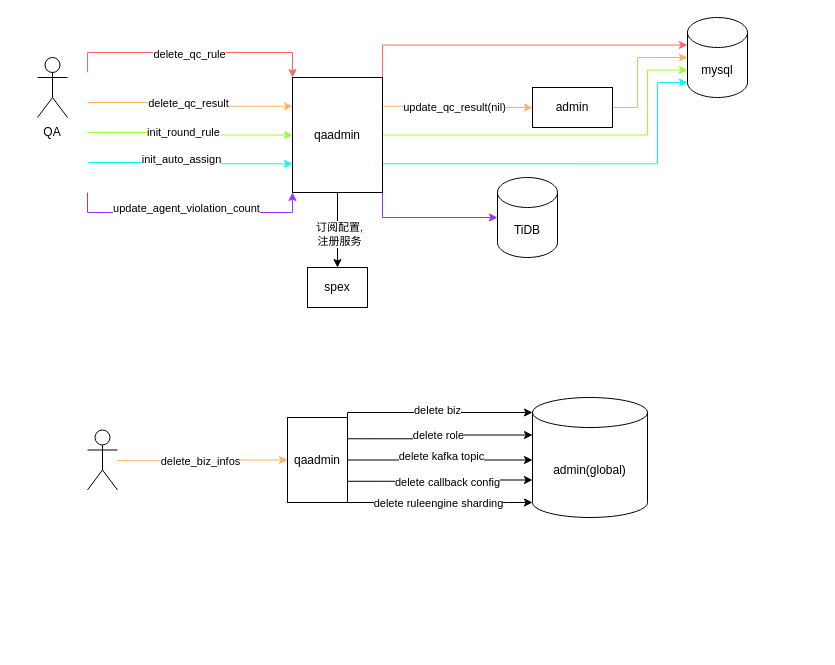
IMSTlsc/gin keeps this draw.io diagram as Untitled Diagram.drawio. Above is the earlier version. Source tidied: cells renumbered, new cells numbered last; positions are measured from the earlier drawing's top-left corner, leaving out a move shared by most shapes. Both pictures are drawn from the tidied source at 100%, with x=0, y=0 at pixel (17, 17).
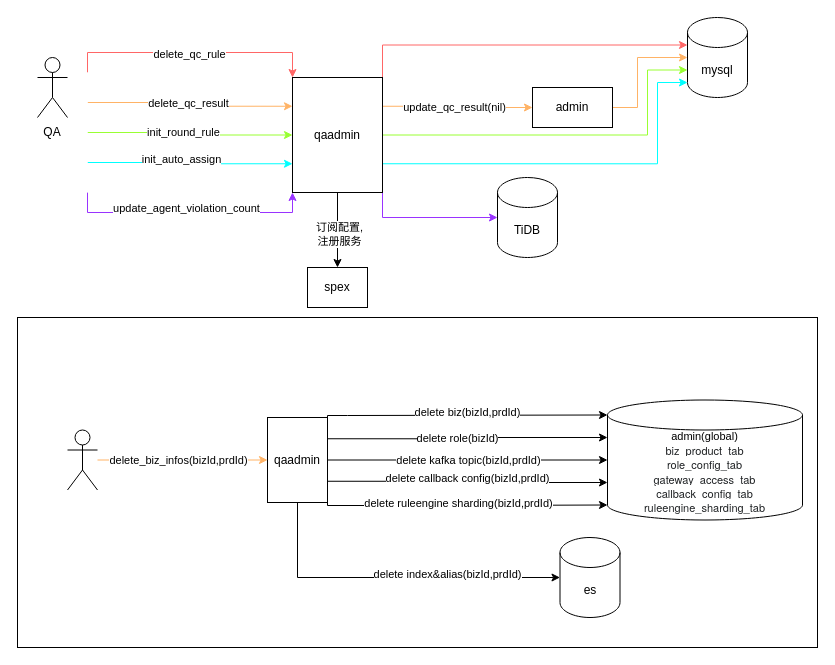
Above is the later version.

Unchanged cells that the change refers to:
```xml
<mxCell id="32" style="edgeStyle=orthogonalEdgeStyle;rounded=0;jettySize=auto;html=1;exitX=1;exitY=0.75;exitDx=0;exitDy=0;entryX=0;entryY=0;entryDx=0;entryDy=82.5;entryPerimeter=0;" parent="1" edge="1" source="38" target="42">
  <mxGeometry relative="1" as="geometry" />
</mxCell>
<mxCell id="36" style="edgeStyle=orthogonalEdgeStyle;rounded=0;jettySize=auto;html=1;exitX=1;exitY=0.25;exitDx=0;exitDy=0;entryX=0;entryY=0;entryDx=0;entryDy=37.5;entryPerimeter=0;" parent="1" edge="1" source="38" target="42">
  <mxGeometry relative="1" as="geometry" />
</mxCell>
```

The edit, as a diff of the source:
```diff
@@
+    <mxCell id="43" style="rounded=0;whiteSpace=wrap;html=1;fontFamily=Times New Roman;fontSize=11;" parent="1" vertex="1">
+      <mxGeometry y="300" width="800" height="330" as="geometry" />
+    </mxCell>
@@
-    <mxCell id="28" style="edgeStyle=orthogonalEdgeStyle;rounded=0;jettySize=auto;html=1;exitX=1;exitY=0.5;exitDx=0;exitDy=0;" parent="1" edge="1" source="38">
-      <mxGeometry relative="1" as="geometry">
-        <mxPoint x="515" y="442.5" as="targetPoint" />
-        <Array as="points">
-          <mxPoint x="515" y="443" />
-        </Array>
-      </mxGeometry>
+    <mxCell id="28" style="edgeStyle=orthogonalEdgeStyle;rounded=0;jettySize=auto;html=1;exitX=1;exitY=0.5;exitDx=0;exitDy=0;entryX=0;entryY=0.5;entryDx=0;entryDy=0;entryPerimeter=0;" parent="1" edge="1" source="38" target="42">
+      <mxGeometry relative="1" as="geometry" />
     </mxCell>
-    <mxCell id="29" value="delete kafka topic" style="edgeLabel;html=1;align=center;verticalAlign=middle;" parent="28" vertex="1">
-      <mxGeometry y="4" relative="1" as="geometry" />
+    <mxCell id="29" value="delete kafka topic(bizId,prdId)" style="edgeLabel;html=1;align=center;verticalAlign=middle;" parent="28" vertex="1">
+      <mxGeometry y="4" relative="1" as="geometry">
+        <mxPoint y="4" as="offset" />
+      </mxGeometry>
     </mxCell>
-    <mxCell id="30" style="edgeStyle=orthogonalEdgeStyle;rounded=0;jettySize=auto;html=1;exitX=1;exitY=1;exitDx=0;exitDy=0;entryX=0;entryY=1;entryDx=0;entryDy=-15;entryPerimeter=0;" parent="1" edge="1" source="38" target="42">
-      <mxGeometry relative="1" as="geometry">
-        <Array as="points">
-          <mxPoint x="490" y="485" />
-          <mxPoint x="490" y="485" />
-        </Array>
-      </mxGeometry>
-    </mxCell>
-    <mxCell id="31" value="delete ruleengine sharding" style="edgeLabel;html=1;align=center;verticalAlign=middle;" parent="30" vertex="1">
-      <mxGeometry x="0.21" y="2" relative="1" as="geometry">
-        <mxPoint x="-22" y="2" as="offset" />
-      </mxGeometry>
-    </mxCell>
@@
-    <mxCell id="33" value="delete callback config" style="edgeLabel;html=1;align=center;verticalAlign=middle;" parent="32" vertex="1">
+    <mxCell id="33" value="delete callback config(bizId,prdId)" style="edgeLabel;html=1;align=center;verticalAlign=middle;" parent="32" vertex="1">
       <mxGeometry x="0.2" y="-1" relative="1" as="geometry">
-        <mxPoint x="-11" y="1" as="offset" />
+        <mxPoint x="-28" y="-6" as="offset" />
       </mxGeometry>
     </mxCell>
     <mxCell id="34" style="edgeStyle=orthogonalEdgeStyle;rounded=0;jettySize=auto;html=1;exitX=1;exitY=0;exitDx=0;exitDy=0;entryX=0;entryY=0;entryDx=0;entryDy=15;entryPerimeter=0;" parent="1" edge="1" source="38" target="42">
       <mxGeometry relative="1" as="geometry">
         <Array as="points">
-          <mxPoint x="330" y="395" />
+          <mxPoint x="310" y="398" />
+          <mxPoint x="330" y="398" />
         </Array>
       </mxGeometry>
     </mxCell>
-    <mxCell id="35" value="delete biz" style="edgeLabel;html=1;align=center;verticalAlign=middle;" parent="34" vertex="1">
+    <mxCell id="35" value="delete biz(bizId,prdId)" style="edgeLabel;html=1;align=center;verticalAlign=middle;" parent="34" vertex="1">
       <mxGeometry x="-0.28" y="3" relative="1" as="geometry">
-        <mxPoint x="26" as="offset" />
+        <mxPoint x="40" as="offset" />
       </mxGeometry>
     </mxCell>
@@
-    <mxCell id="37" value="delete role" style="edgeLabel;html=1;align=center;verticalAlign=middle;" parent="36" vertex="1">
+    <mxCell id="37" value="delete role(bizId)" style="edgeLabel;html=1;align=center;verticalAlign=middle;" parent="36" vertex="1">
       <mxGeometry x="0.3" relative="1" as="geometry">
-        <mxPoint x="-29" as="offset" />
+        <mxPoint x="-52" as="offset" />
       </mxGeometry>
     </mxCell>
+    <mxCell id="44" style="edgeStyle=orthogonalEdgeStyle;rounded=0;jettySize=auto;html=1;exitX=0.5;exitY=1;exitDx=0;exitDy=0;entryX=0;entryY=0.5;entryDx=0;entryDy=0;entryPerimeter=0;" parent="1" edge="1" source="38" target="48">
+      <mxGeometry relative="1" as="geometry" />
+    </mxCell>
+    <mxCell id="45" value="delete index&amp;amp;alias(bizId,prdId)" style="edgeLabel;html=1;align=center;verticalAlign=middle;" parent="44" vertex="1">
+      <mxGeometry x="0.33" y="4" relative="1" as="geometry" />
+    </mxCell>
+    <mxCell id="30" style="edgeStyle=orthogonalEdgeStyle;rounded=0;jettySize=auto;html=1;exitX=1;exitY=1;exitDx=0;exitDy=0;entryX=0;entryY=1;entryDx=0;entryDy=-15;entryPerimeter=0;fontFamily=Times New Roman;fontSize=11;" parent="1" edge="1" source="38" target="42">
+      <mxGeometry relative="1" as="geometry">
+        <Array as="points">
+          <mxPoint x="310" y="488" />
+          <mxPoint x="450" y="488" />
+        </Array>
+      </mxGeometry>
+    </mxCell>
+    <mxCell id="46" value="&lt;span style=&quot;font-family: &amp;#34;helvetica&amp;#34;&quot;&gt;delete ruleengine sharding(bizId,prdId)&lt;/span&gt;" style="edgeLabel;html=1;align=center;verticalAlign=middle;fontSize=11;fontFamily=Times New Roman;" parent="30" vertex="1">
+      <mxGeometry x="-0.3" y="-3" relative="1" as="geometry">
+        <mxPoint x="34" y="-6" as="offset" />
+      </mxGeometry>
+    </mxCell>
     <mxCell id="38" value="qaadmin" style="rounded=0;whiteSpace=wrap;html=1;direction=east;" parent="1" vertex="1">
-      <mxGeometry x="270" y="400" width="60" height="85" as="geometry" />
+      <mxGeometry x="250" y="400" width="60" height="85" as="geometry" />
     </mxCell>
-    <mxCell id="39" style="edgeStyle=orthogonalEdgeStyle;rounded=0;jettySize=auto;html=1;strokeColor=#FFB366;" parent="1" edge="1" target="38">
-      <mxGeometry relative="1" as="geometry">
-        <mxPoint x="100" y="443" as="sourcePoint" />
-      </mxGeometry>
+    <mxCell id="39" style="edgeStyle=orthogonalEdgeStyle;rounded=0;jettySize=auto;html=1;strokeColor=#FFB366;" parent="1" edge="1" source="41" target="38">
+      <mxGeometry relative="1" as="geometry" />
     </mxCell>
-    <mxCell id="40" value="delete_biz_infos" style="edgeLabel;html=1;align=center;verticalAlign=middle;" parent="39" vertex="1">
-      <mxGeometry x="-0.11" y="-4" relative="1" as="geometry">
-        <mxPoint x="7" y="-4" as="offset" />
-      </mxGeometry>
-    </mxCell>
+    <mxCell id="47" value="&lt;span style=&quot;font-family: &amp;#34;helvetica&amp;#34;&quot;&gt;delete_biz_infos(bizId,prdId)&lt;/span&gt;" style="edgeLabel;html=1;align=center;verticalAlign=middle;fontSize=11;fontFamily=Times New Roman;" parent="39" vertex="1">
+      <mxGeometry x="-0.15" relative="1" as="geometry">
+        <mxPoint x="8" as="offset" />
+      </mxGeometry>
+    </mxCell>
     <mxCell id="41" style="shape=umlActor;verticalLabelPosition=bottom;verticalAlign=top;html=1;outlineConnect=0;fontColor=#FF6666;" parent="1" vertex="1">
-      <mxGeometry x="70" y="412.5" width="30" height="60" as="geometry" />
+      <mxGeometry x="50" y="412.5" width="30" height="60" as="geometry" />
     </mxCell>
-    <mxCell id="42" value="&lt;span&gt;admin(global)&lt;/span&gt;" style="shape=cylinder3;whiteSpace=wrap;html=1;boundedLbl=1;backgroundOutline=1;size=15;" parent="1" vertex="1">
-      <mxGeometry x="515" y="380" width="115" height="120" as="geometry" />
+    <mxCell id="42" value="&lt;font style=&quot;font-size: 11px&quot;&gt;admin(global)&lt;br&gt;&lt;span style=&quot;color: rgb(32 , 35 , 37) ; font-family: &amp;#34;helvetica neue&amp;#34; , &amp;#34;helvetica&amp;#34; , &amp;#34;arial&amp;#34; , &amp;#34;microsoft yahei&amp;#34; , &amp;#34;hiragino sans gb&amp;#34; , &amp;#34;heiti sc&amp;#34; , &amp;#34;wenquanyi micro hei&amp;#34; , sans-serif ; text-align: left ; background-color: rgb(255 , 255 , 255)&quot;&gt;&lt;font&gt;biz_product_tab&lt;br&gt;&lt;/font&gt;&lt;/span&gt;&lt;span style=&quot;color: rgb(32 , 35 , 37) ; font-family: &amp;#34;helvetica neue&amp;#34; , &amp;#34;helvetica&amp;#34; , &amp;#34;arial&amp;#34; , &amp;#34;microsoft yahei&amp;#34; , &amp;#34;hiragino sans gb&amp;#34; , &amp;#34;heiti sc&amp;#34; , &amp;#34;wenquanyi micro hei&amp;#34; , sans-serif ; text-align: left ; background-color: rgb(255 , 255 , 255)&quot;&gt;role_config_tab&lt;/span&gt;&lt;span style=&quot;color: rgb(32 , 35 , 37) ; font-family: &amp;#34;helvetica neue&amp;#34; , &amp;#34;helvetica&amp;#34; , &amp;#34;arial&amp;#34; , &amp;#34;microsoft yahei&amp;#34; , &amp;#34;hiragino sans gb&amp;#34; , &amp;#34;heiti sc&amp;#34; , &amp;#34;wenquanyi micro hei&amp;#34; , sans-serif ; text-align: left ; background-color: rgb(255 , 255 , 255)&quot;&gt;&lt;font&gt;&lt;br&gt;gateway_access_tab&lt;br&gt;&lt;/font&gt;&lt;/span&gt;&lt;span style=&quot;color: rgb(32 , 35 , 37) ; font-family: &amp;#34;helvetica neue&amp;#34; , &amp;#34;helvetica&amp;#34; , &amp;#34;arial&amp;#34; , &amp;#34;microsoft yahei&amp;#34; , &amp;#34;hiragino sans gb&amp;#34; , &amp;#34;heiti sc&amp;#34; , &amp;#34;wenquanyi micro hei&amp;#34; , sans-serif ; text-align: left ; background-color: rgb(255 , 255 , 255)&quot;&gt;callback_config_tab&lt;/span&gt;&lt;span style=&quot;color: rgb(32 , 35 , 37) ; font-family: &amp;#34;helvetica neue&amp;#34; , &amp;#34;helvetica&amp;#34; , &amp;#34;arial&amp;#34; , &amp;#34;microsoft yahei&amp;#34; , &amp;#34;hiragino sans gb&amp;#34; , &amp;#34;heiti sc&amp;#34; , &amp;#34;wenquanyi micro hei&amp;#34; , sans-serif ; text-align: left ; background-color: rgb(255 , 255 , 255)&quot;&gt;&lt;font&gt;&lt;br&gt;ruleengine_sharding_tab&lt;/font&gt;&lt;/span&gt;&lt;/font&gt;&lt;span&gt;&lt;br&gt;&lt;/span&gt;" style="shape=cylinder3;whiteSpace=wrap;html=1;boundedLbl=1;backgroundOutline=1;size=15;" parent="1" vertex="1">
+      <mxGeometry x="590" y="382.5" width="195" height="120" as="geometry" />
     </mxCell>
+    <mxCell id="48" value="es" style="shape=cylinder3;whiteSpace=wrap;html=1;boundedLbl=1;backgroundOutline=1;size=15;" parent="1" vertex="1">
+      <mxGeometry x="542.5" y="520" width="60" height="80" as="geometry" />
+    </mxCell>
```
